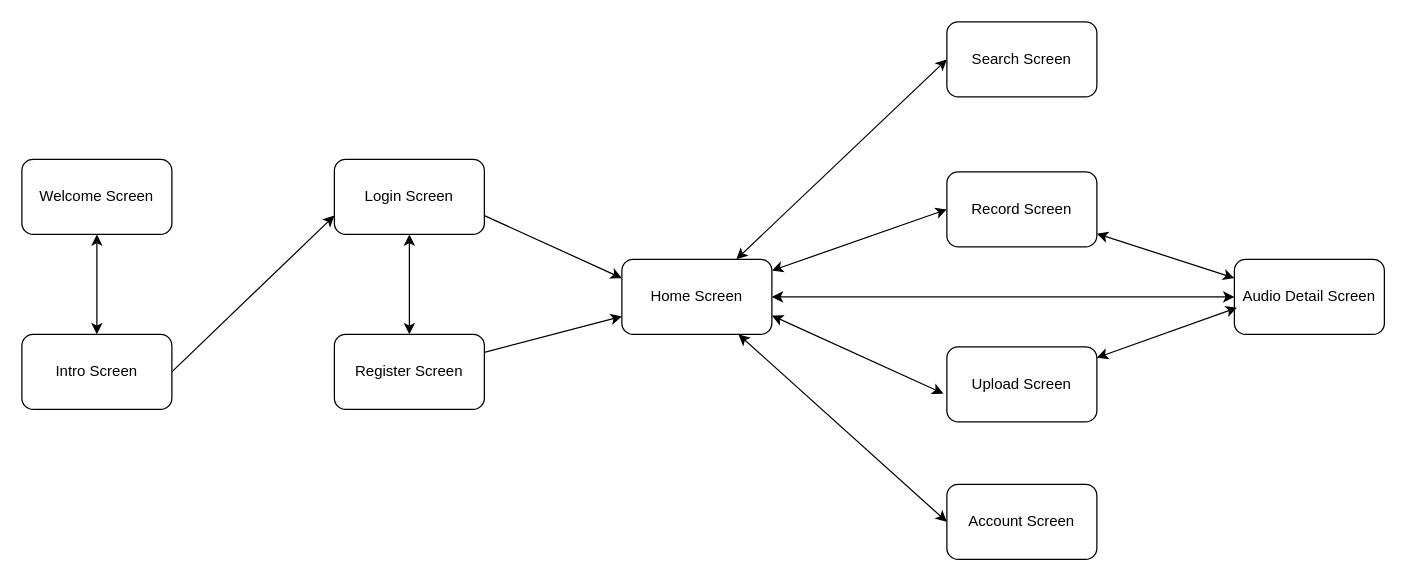
Before: page "Screen-Diagram" (3 of 3) of assets/images/UML.drawio in Sophavisnuka/Smean-Mobile-App, a draw.io diagram. Source tidied: cells renumbered, new cells numbered last; positions are measured from the earlier drawing's top-left corner, leaving out a move shared by most shapes. Both pictures are drawn from the tidied source at 125%, with x=0, y=0 at pixel (21, 21).
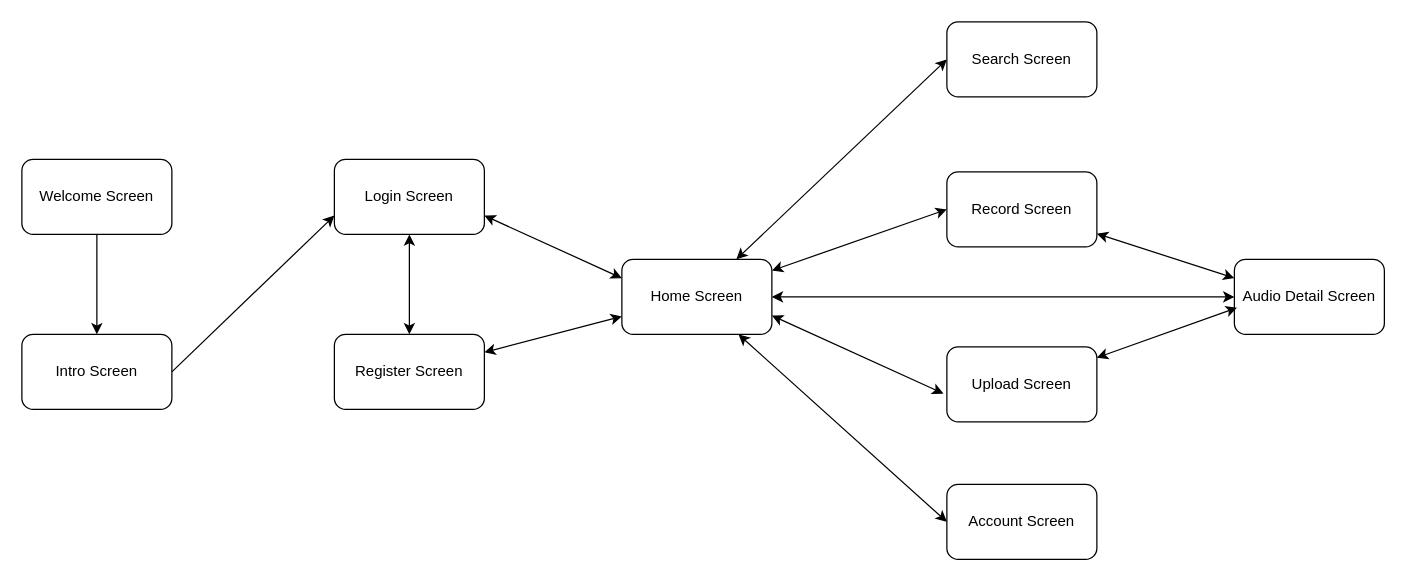
After the change.

The change refers to these unchanged cells:
```xml
<mxCell id="3" value="Welcome Screen" style="rounded=1;whiteSpace=wrap;html=1;" parent="1" vertex="1">
  <mxGeometry y="110" width="120" height="60" as="geometry" />
</mxCell>
<mxCell id="5" value="Intro Screen" style="rounded=1;whiteSpace=wrap;html=1;" parent="1" vertex="1">
  <mxGeometry y="250" width="120" height="60" as="geometry" />
</mxCell>
<mxCell id="8" value="Login Screen" style="rounded=1;whiteSpace=wrap;html=1;" parent="1" vertex="1">
  <mxGeometry x="250" y="110" width="120" height="60" as="geometry" />
</mxCell>
<mxCell id="10" value="Register Screen" style="rounded=1;whiteSpace=wrap;html=1;" parent="1" vertex="1">
  <mxGeometry x="250" y="250" width="120" height="60" as="geometry" />
</mxCell>
<mxCell id="14" value="Home Screen" style="rounded=1;whiteSpace=wrap;html=1;" parent="1" vertex="1">
  <mxGeometry x="480" y="190" width="120" height="60" as="geometry" />
</mxCell>
```

The edit, as a diff of the source:
```diff
@@
-    <mxCell id="2" style="edgeStyle=none;html=1;entryX=0.5;entryY=0;entryDx=0;entryDy=0;startArrow=classic;startFill=1;" parent="1" edge="1" source="3" target="5">
+    <mxCell id="2" style="edgeStyle=none;html=1;entryX=0.5;entryY=0;entryDx=0;entryDy=0;startArrow=none;startFill=0;" parent="1" edge="1" source="3" target="5">
       <mxGeometry relative="1" as="geometry" />
     </mxCell>
@@
-    <mxCell id="7" style="edgeStyle=none;html=1;entryX=0;entryY=0.25;entryDx=0;entryDy=0;exitX=1;exitY=0.75;exitDx=0;exitDy=0;" parent="1" edge="1" source="8" target="14">
+    <mxCell id="7" style="edgeStyle=none;html=1;entryX=0;entryY=0.25;entryDx=0;entryDy=0;exitX=1;exitY=0.75;exitDx=0;exitDy=0;startArrow=classic;startFill=1;" parent="1" edge="1" source="8" target="14">
       <mxGeometry relative="1" as="geometry" />
     </mxCell>
@@
-    <mxCell id="9" style="edgeStyle=none;html=1;" parent="1" edge="1" source="10" target="14">
+    <mxCell id="9" style="edgeStyle=none;html=1;startArrow=classic;startFill=1;" parent="1" edge="1" source="10" target="14">
       <mxGeometry relative="1" as="geometry" />
     </mxCell>
```
